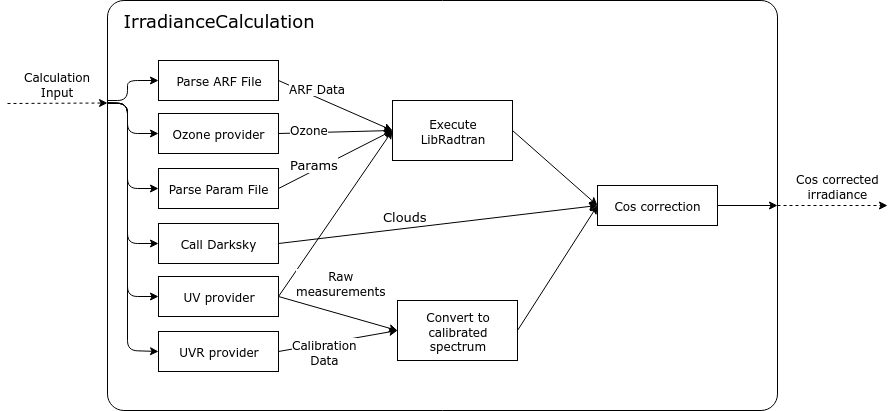
This is assets/technical_detail_2.png from pec0ra/buvic, a draw.io export, as it was before one commit. Source tidied: cells renumbered, new cells last; positions are measured from the earlier drawing's top-left corner, leaving out a move shared by most shapes.
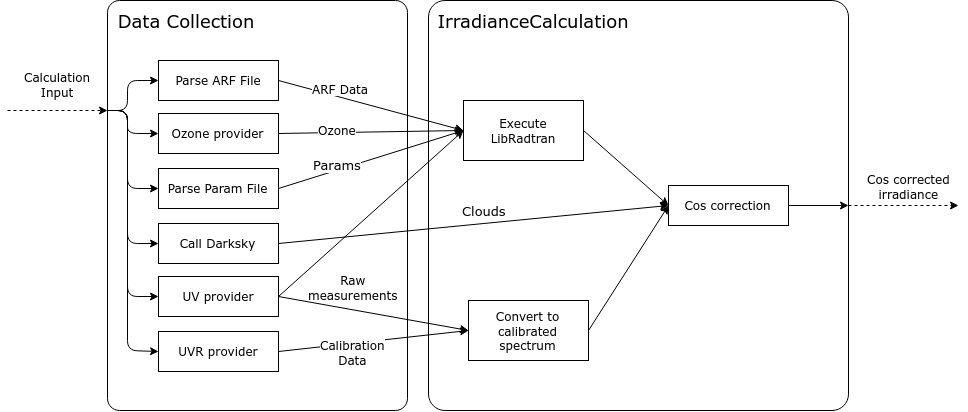
The same diagram one commit later.

Diff of the diagram source:
```diff
@@ -3,164 +3,176 @@
     <mxCell id="0" />
     <mxCell id="1" parent="0" />
     <mxCell id="2" style="rounded=1;whiteSpace=wrap;html=1;arcSize=4;fontFamily=Verdana;" parent="1" vertex="1">
-      <mxGeometry x="100" width="670" height="410" as="geometry" />
+      <mxGeometry x="100" width="300" height="410" as="geometry" />
     </mxCell>
-    <mxCell id="3" value="&lt;font style=&quot;font-size: 18px&quot;&gt;IrradianceCalculation&lt;/font&gt;" style="text;html=1;strokeColor=none;fillColor=none;align=center;verticalAlign=middle;whiteSpace=wrap;rounded=0;fontFamily=Verdana;" parent="1" vertex="1">
-      <mxGeometry x="116" y="10" width="190" height="20" as="geometry" />
+    <mxCell id="3" style="rounded=1;whiteSpace=wrap;html=1;arcSize=4;fontFamily=Verdana;" parent="1" vertex="1">
+      <mxGeometry x="421" width="420" height="410" as="geometry" />
     </mxCell>
-    <mxCell id="4" style="endArrow=classic;html=1;dashed=1;entryX=0;entryY=0.25;entryDx=0;entryDy=0;fontFamily=Verdana;" parent="1" edge="1" target="2">
-      <mxGeometry relative="1" as="geometry">
-        <mxPoint y="103" as="sourcePoint" />
-      </mxGeometry>
+    <mxCell id="4" value="&lt;font style=&quot;font-size: 18px;&quot;&gt;IrradianceCalculation&lt;/font&gt;" style="text;html=1;strokeColor=none;fillColor=none;align=center;verticalAlign=middle;whiteSpace=wrap;rounded=0;fontFamily=Verdana;fontSize=18;" parent="1" vertex="1">
+      <mxGeometry x="430" y="10" width="190" height="20" as="geometry" />
     </mxCell>
-    <mxCell id="5" value="&lt;div&gt;Calculation&lt;/div&gt;&lt;div&gt;Input&lt;br&gt;&lt;/div&gt;" style="text;html=1;align=center;verticalAlign=middle;fontFamily=Verdana;" parent="1" vertex="1">
-      <mxGeometry x="10" y="68" width="80" height="30" as="geometry" />
+    <mxCell id="5" style="endArrow=classic;html=1;dashed=1;fontFamily=Verdana;" parent="1" edge="1">
+      <mxGeometry relative="1" as="geometry">
+        <mxPoint y="110" as="sourcePoint" />
+        <mxPoint x="100" y="110" as="targetPoint" />
+      </mxGeometry>
     </mxCell>
-    <mxCell id="6" value="Parse ARF File" style="rounded=0;whiteSpace=wrap;html=1;fontFamily=Verdana;" parent="1" vertex="1">
-      <mxGeometry x="151" y="60" width="120" height="40" as="geometry" />
+    <mxCell id="6" value="&lt;div&gt;Calculation&lt;/div&gt;&lt;div&gt;Input&lt;br&gt;&lt;/div&gt;" style="text;html=1;align=center;verticalAlign=middle;points=[];fontFamily=Verdana;" parent="1" vertex="1">
+      <mxGeometry x="10" y="68" width="80" height="30" as="geometry" />
     </mxCell>
-    <mxCell id="7" value="Ozone provider" style="rounded=0;whiteSpace=wrap;html=1;fontFamily=Verdana;" parent="1" vertex="1">
-      <mxGeometry x="151" y="113" width="120" height="40" as="geometry" />
+    <mxCell id="7" value="Parse ARF File" style="rounded=0;whiteSpace=wrap;html=1;fontFamily=Verdana;" parent="1" vertex="1">
+      <mxGeometry x="151" y="60" width="120" height="40" as="geometry" />
     </mxCell>
-    <mxCell id="8" style="endArrow=classic;html=1;entryX=0;entryY=0.5;entryDx=0;entryDy=0;fontFamily=Verdana;exitX=0;exitY=0.25;exitDx=0;exitDy=0;" parent="1" edge="1" source="2" target="7">
-      <mxGeometry relative="1" as="geometry">
-        <Array as="points">
-          <mxPoint x="120" y="103" />
-          <mxPoint x="120" y="133" />
-        </Array>
-      </mxGeometry>
+    <mxCell id="8" value="Ozone provider" style="rounded=0;whiteSpace=wrap;html=1;fontFamily=Verdana;" parent="1" vertex="1">
+      <mxGeometry x="151" y="113" width="120" height="40" as="geometry" />
     </mxCell>
-    <mxCell id="9" style="endArrow=classic;html=1;entryX=0;entryY=0.5;entryDx=0;entryDy=0;fontFamily=Verdana;exitX=0;exitY=0.25;exitDx=0;exitDy=0;" parent="1" edge="1" source="2" target="10">
+    <mxCell id="9" style="endArrow=classic;html=1;entryX=0;entryY=0.5;entryDx=0;entryDy=0;fontFamily=Verdana;" parent="1" edge="1" target="8">
       <mxGeometry relative="1" as="geometry">
+        <mxPoint x="100" y="110" as="sourcePoint" />
         <Array as="points">
-          <mxPoint x="120" y="103" />
-          <mxPoint x="120" y="296" />
+          <mxPoint x="120" y="110" />
+          <mxPoint x="120" y="133" />
         </Array>
       </mxGeometry>
     </mxCell>
-    <mxCell id="10" value="UV provider" style="rounded=0;whiteSpace=wrap;html=1;fontFamily=Verdana;" parent="1" vertex="1">
-      <mxGeometry x="151" y="276" width="120" height="40" as="geometry" />
+    <mxCell id="10" style="endArrow=classic;html=1;entryX=0;entryY=0.5;entryDx=0;entryDy=0;fontFamily=Verdana;" parent="1" edge="1" target="11">
+      <mxGeometry relative="1" as="geometry">
+        <mxPoint x="100" y="110" as="sourcePoint" />
+        <Array as="points">
+          <mxPoint x="120" y="110" />
+          <mxPoint x="120" y="296" />
+        </Array>
+      </mxGeometry>
     </mxCell>
-    <mxCell id="11" value="UVR provider" style="rounded=0;whiteSpace=wrap;html=1;fontFamily=Verdana;" parent="1" vertex="1">
-      <mxGeometry x="151" y="331" width="120" height="40" as="geometry" />
+    <mxCell id="11" value="UV provider" style="rounded=0;whiteSpace=wrap;html=1;fontFamily=Verdana;" parent="1" vertex="1">
+      <mxGeometry x="151" y="276" width="120" height="40" as="geometry" />
     </mxCell>
-    <mxCell id="12" style="endArrow=classic;html=1;entryX=0;entryY=0.5;entryDx=0;entryDy=0;fontFamily=Verdana;exitX=0;exitY=0.25;exitDx=0;exitDy=0;" parent="1" edge="1" source="2" target="11">
-      <mxGeometry relative="1" as="geometry">
-        <Array as="points">
-          <mxPoint x="120" y="103" />
-          <mxPoint x="120" y="350" />
-        </Array>
-      </mxGeometry>
+    <mxCell id="12" value="UVR provider" style="rounded=0;whiteSpace=wrap;html=1;fontFamily=Verdana;" parent="1" vertex="1">
+      <mxGeometry x="151" y="331" width="120" height="40" as="geometry" />
     </mxCell>
-    <mxCell id="13" value="&lt;div&gt;Execute&lt;/div&gt;&lt;div&gt; LibRadtran&lt;/div&gt;" style="rounded=0;whiteSpace=wrap;html=1;fontFamily=Verdana;" parent="1" vertex="1">
-      <mxGeometry x="385" y="100" width="120" height="60" as="geometry" />
+    <mxCell id="13" style="endArrow=classic;html=1;entryX=0;entryY=0.5;entryDx=0;entryDy=0;fontFamily=Verdana;" parent="1" edge="1" target="12">
+      <mxGeometry relative="1" as="geometry">
+        <mxPoint x="100" y="110" as="sourcePoint" />
+        <Array as="points">
+          <mxPoint x="120" y="110" />
+          <mxPoint x="120" y="350" />
+        </Array>
+      </mxGeometry>
     </mxCell>
-    <mxCell id="14" style="endArrow=classic;html=1;exitX=1;exitY=0.5;exitDx=0;exitDy=0;entryX=0;entryY=0.5;entryDx=0;entryDy=0;fontFamily=Verdana;" parent="1" edge="1" source="6" target="13">
-      <mxGeometry relative="1" as="geometry" />
+    <mxCell id="14" value="&lt;div&gt;Execute&lt;/div&gt;&lt;div&gt; LibRadtran&lt;/div&gt;" style="rounded=0;whiteSpace=wrap;html=1;fontFamily=Verdana;" parent="1" vertex="1">
+      <mxGeometry x="456" y="100" width="120" height="60" as="geometry" />
     </mxCell>
-    <mxCell id="15" value="ARF Data" style="text;html=1;align=center;verticalAlign=middle;labelBackgroundColor=#ffffff;fontFamily=Verdana;" parent="14" vertex="1">
-      <mxGeometry x="-0.37" relative="1" as="geometry">
-        <mxPoint x="3" y="-8" as="offset" />
-      </mxGeometry>
+    <mxCell id="15" style="endArrow=classic;html=1;exitX=1;exitY=0.5;exitDx=0;exitDy=0;entryX=0;entryY=0.5;entryDx=0;entryDy=0;fontFamily=Verdana;" parent="1" edge="1" source="7" target="14">
+      <mxGeometry relative="1" as="geometry" />
     </mxCell>
-    <mxCell id="16" style="endArrow=classic;html=1;exitX=1;exitY=0.5;exitDx=0;exitDy=0;entryX=0;entryY=0.5;entryDx=0;entryDy=0;fontFamily=Verdana;" parent="1" edge="1" source="7" target="13">
-      <mxGeometry relative="1" as="geometry" />
+    <mxCell id="16" value="ARF Data" style="text;html=1;align=center;verticalAlign=middle;labelBackgroundColor=#ffffff;fontFamily=Verdana;" parent="15" vertex="1">
+      <mxGeometry x="-0.37" relative="1" as="geometry">
+        <mxPoint x="3" y="-8" as="offset" />
+      </mxGeometry>
     </mxCell>
-    <mxCell id="17" value="&lt;div&gt;Ozone&lt;/div&gt;" style="text;html=1;align=center;verticalAlign=middle;labelBackgroundColor=#ffffff;fontFamily=Verdana;" parent="16" vertex="1">
-      <mxGeometry x="-0.22" y="-3" relative="1" as="geometry">
-        <mxPoint x="-15" y="-6" as="offset" />
-      </mxGeometry>
+    <mxCell id="17" style="endArrow=classic;html=1;exitX=1;exitY=0.5;exitDx=0;exitDy=0;entryX=0;entryY=0.5;entryDx=0;entryDy=0;fontFamily=Verdana;" parent="1" edge="1" source="8" target="14">
+      <mxGeometry relative="1" as="geometry" />
     </mxCell>
-    <mxCell id="18" style="endArrow=classic;html=1;exitX=1;exitY=0.5;exitDx=0;exitDy=0;entryX=0;entryY=0.5;entryDx=0;entryDy=0;fontFamily=Verdana;" parent="1" edge="1" source="10" target="13">
-      <mxGeometry relative="1" as="geometry" />
+    <mxCell id="18" value="&lt;div&gt;Ozone&lt;/div&gt;" style="text;html=1;align=center;verticalAlign=middle;labelBackgroundColor=#ffffff;fontFamily=Verdana;" parent="17" vertex="1">
+      <mxGeometry x="-0.22" y="-3" relative="1" as="geometry">
+        <mxPoint x="-15" y="-6" as="offset" />
+      </mxGeometry>
     </mxCell>
-    <mxCell id="19" value="&lt;div&gt;Raw&lt;/div&gt;&lt;div&gt;measurements&lt;br&gt;&lt;/div&gt;" style="text;html=1;align=center;verticalAlign=middle;labelBackgroundColor=#ffffff;fontFamily=Verdana;" parent="18" vertex="1">
-      <mxGeometry x="-0.21" y="-1" relative="1" as="geometry">
-        <mxPoint x="17" y="51" as="offset" />
-      </mxGeometry>
+    <mxCell id="19" style="endArrow=classic;html=1;exitX=1;exitY=0.5;exitDx=0;exitDy=0;entryX=0;entryY=0.5;entryDx=0;entryDy=0;fontFamily=Verdana;" parent="1" edge="1" source="11" target="14">
+      <mxGeometry relative="1" as="geometry" />
     </mxCell>
-    <mxCell id="20" value="Cos correction" style="rounded=0;whiteSpace=wrap;html=1;fontFamily=Verdana;" parent="1" vertex="1">
-      <mxGeometry x="590" y="185" width="120" height="40" as="geometry" />
+    <mxCell id="20" value="&lt;div&gt;Raw&lt;/div&gt;&lt;div&gt;measurements&lt;br&gt;&lt;/div&gt;" style="text;html=1;align=center;verticalAlign=middle;points=[];labelBackgroundColor=#ffffff;fontFamily=Verdana;" parent="19" vertex="1">
+      <mxGeometry x="-0.21" y="-1" relative="1" as="geometry">
+        <mxPoint x="1" y="54" as="offset" />
+      </mxGeometry>
     </mxCell>
-    <mxCell id="21" style="endArrow=classic;html=1;exitX=1;exitY=0.5;exitDx=0;exitDy=0;entryX=0;entryY=0.5;entryDx=0;entryDy=0;fontFamily=Verdana;" parent="1" edge="1" source="11" target="27">
-      <mxGeometry relative="1" as="geometry" />
+    <mxCell id="21" value="Cos correction" style="rounded=0;whiteSpace=wrap;html=1;fontFamily=Verdana;" parent="1" vertex="1">
+      <mxGeometry x="661" y="185" width="120" height="40" as="geometry" />
     </mxCell>
-    <mxCell id="22" value="&lt;div&gt;Calibration&lt;/div&gt;&lt;div&gt;Data&lt;br&gt;&lt;/div&gt;" style="text;html=1;align=center;verticalAlign=middle;labelBackgroundColor=#ffffff;fontFamily=Verdana;" parent="21" vertex="1">
-      <mxGeometry x="-0.22" y="2" relative="1" as="geometry">
-        <mxPoint y="10" as="offset" />
-      </mxGeometry>
+    <mxCell id="22" style="endArrow=classic;html=1;exitX=1;exitY=0.5;exitDx=0;exitDy=0;entryX=0;entryY=0.5;entryDx=0;entryDy=0;fontFamily=Verdana;" parent="1" edge="1" source="12" target="28">
+      <mxGeometry relative="1" as="geometry" />
     </mxCell>
-    <mxCell id="23" style="endArrow=classic;html=1;exitX=1;exitY=0.5;exitDx=0;exitDy=0;entryX=0;entryY=0.5;entryDx=0;entryDy=0;fontFamily=Verdana;" parent="1" edge="1" source="13" target="20">
-      <mxGeometry relative="1" as="geometry" />
+    <mxCell id="23" value="&lt;div&gt;Calibration&lt;/div&gt;&lt;div&gt;Data&lt;br&gt;&lt;/div&gt;" style="text;html=1;align=center;verticalAlign=middle;labelBackgroundColor=#ffffff;fontFamily=Verdana;" parent="22" vertex="1">
+      <mxGeometry x="-0.22" y="2" relative="1" as="geometry">
+        <mxPoint y="10" as="offset" />
+      </mxGeometry>
     </mxCell>
-    <mxCell id="24" style="endArrow=classic;html=1;exitX=1;exitY=0.5;exitDx=0;exitDy=0;entryX=1;entryY=0.5;entryDx=0;entryDy=0;fontFamily=Verdana;" parent="1" edge="1" source="20" target="2">
+    <mxCell id="24" style="endArrow=classic;html=1;exitX=1;exitY=0.5;exitDx=0;exitDy=0;entryX=0;entryY=0.5;entryDx=0;entryDy=0;fontFamily=Verdana;" parent="1" edge="1" source="14" target="21">
       <mxGeometry relative="1" as="geometry" />
     </mxCell>
-    <mxCell id="25" style="endArrow=classic;html=1;dashed=1;fontFamily=Verdana;exitX=1;exitY=0.5;exitDx=0;exitDy=0;" parent="1" edge="1" source="2">
-      <mxGeometry relative="1" as="geometry">
-        <mxPoint x="880" y="205" as="targetPoint" />
-      </mxGeometry>
+    <mxCell id="25" style="endArrow=classic;html=1;exitX=1;exitY=0.5;exitDx=0;exitDy=0;entryX=1;entryY=0.5;entryDx=0;entryDy=0;fontFamily=Verdana;" parent="1" edge="1" source="21" target="3">
+      <mxGeometry relative="1" as="geometry" />
     </mxCell>
-    <mxCell id="26" value="&lt;div&gt;Cos corrected&lt;/div&gt;&lt;div&gt;irradiance&lt;br&gt;&lt;/div&gt;" style="text;html=1;align=center;verticalAlign=middle;labelBackgroundColor=#ffffff;fontFamily=Verdana;" parent="25" vertex="1">
-      <mxGeometry x="-0.42" relative="1" as="geometry">
-        <mxPoint x="28" y="-20" as="offset" />
+    <mxCell id="26" style="endArrow=classic;html=1;dashed=1;fontFamily=Verdana;exitX=1;exitY=0.5;exitDx=0;exitDy=0;" parent="1" edge="1" source="3">
+      <mxGeometry relative="1" as="geometry">
+        <mxPoint x="951" y="205" as="targetPoint" />
       </mxGeometry>
     </mxCell>
-    <mxCell id="27" value="&lt;div&gt;Convert to&lt;/div&gt;&lt;div&gt;calibrated spectrum&lt;br&gt;&lt;/div&gt;" style="rounded=0;whiteSpace=wrap;html=1;fontFamily=Verdana;" parent="1" vertex="1">
-      <mxGeometry x="390" y="300" width="120" height="60" as="geometry" />
+    <mxCell id="27" value="&lt;div&gt;Cos corrected&lt;/div&gt;&lt;div&gt;irradiance&lt;br&gt;&lt;/div&gt;" style="text;html=1;align=center;verticalAlign=middle;points=[];labelBackgroundColor=#ffffff;fontFamily=Verdana;" parent="26" vertex="1">
+      <mxGeometry x="-0.42" relative="1" as="geometry">
+        <mxPoint x="28" y="-20" as="offset" />
+      </mxGeometry>
     </mxCell>
-    <mxCell id="28" style="endArrow=classic;html=1;exitX=1;exitY=0.5;exitDx=0;exitDy=0;entryX=0;entryY=0.5;entryDx=0;entryDy=0;fontFamily=Verdana;" parent="1" edge="1" source="10" target="27">
-      <mxGeometry relative="1" as="geometry" />
+    <mxCell id="28" value="&lt;div&gt;Convert to&lt;/div&gt;&lt;div&gt;calibrated spectrum&lt;br&gt;&lt;/div&gt;" style="rounded=0;whiteSpace=wrap;html=1;fontFamily=Verdana;" parent="1" vertex="1">
+      <mxGeometry x="461" y="300" width="120" height="60" as="geometry" />
     </mxCell>
-    <mxCell id="29" style="endArrow=classic;html=1;exitX=1;exitY=0.5;exitDx=0;exitDy=0;entryX=0;entryY=0.5;entryDx=0;entryDy=0;fontFamily=Verdana;" parent="1" edge="1" source="27" target="20">
+    <mxCell id="29" style="endArrow=classic;html=1;exitX=1;exitY=0.5;exitDx=0;exitDy=0;entryX=0;entryY=0.5;entryDx=0;entryDy=0;fontFamily=Verdana;" parent="1" edge="1" source="11" target="28">
       <mxGeometry relative="1" as="geometry" />
     </mxCell>
-    <mxCell id="30" value="Parse Param File" style="rounded=0;whiteSpace=wrap;html=1;fontFamily=Verdana;" parent="1" vertex="1">
-      <mxGeometry x="151" y="168" width="120" height="40" as="geometry" />
+    <mxCell id="30" style="endArrow=classic;html=1;exitX=1;exitY=0.5;exitDx=0;exitDy=0;entryX=0;entryY=0.5;entryDx=0;entryDy=0;fontFamily=Verdana;" parent="1" edge="1" source="28" target="21">
+      <mxGeometry relative="1" as="geometry" />
     </mxCell>
-    <mxCell id="31" value="Call Darksky" style="rounded=0;whiteSpace=wrap;html=1;fontFamily=Verdana;" parent="1" vertex="1">
-      <mxGeometry x="151" y="223" width="120" height="40" as="geometry" />
+    <mxCell id="31" value="Parse Param File" style="rounded=0;whiteSpace=wrap;html=1;fontFamily=Verdana;" parent="1" vertex="1">
+      <mxGeometry x="151" y="168" width="120" height="40" as="geometry" />
     </mxCell>
-    <mxCell id="32" style="endArrow=classic;html=1;entryX=0;entryY=0.5;entryDx=0;entryDy=0;fontFamily=Verdana;exitX=0;exitY=0.25;exitDx=0;exitDy=0;" parent="1" edge="1" source="2" target="30">
-      <mxGeometry relative="1" as="geometry">
-        <Array as="points">
-          <mxPoint x="120" y="103" />
-          <mxPoint x="120" y="188" />
-        </Array>
-      </mxGeometry>
+    <mxCell id="32" value="Call Darksky" style="rounded=0;whiteSpace=wrap;html=1;fontFamily=Verdana;" parent="1" vertex="1">
+      <mxGeometry x="151" y="223" width="120" height="40" as="geometry" />
     </mxCell>
-    <mxCell id="33" style="endArrow=classic;html=1;entryX=0;entryY=0.5;entryDx=0;entryDy=0;fontFamily=Verdana;exitX=0;exitY=0.25;exitDx=0;exitDy=0;" parent="1" edge="1" source="2" target="31">
+    <mxCell id="33" style="endArrow=classic;html=1;entryX=0;entryY=0.5;entryDx=0;entryDy=0;fontFamily=Verdana;" parent="1" edge="1" target="31">
       <mxGeometry relative="1" as="geometry">
+        <mxPoint x="100" y="110" as="sourcePoint" />
         <Array as="points">
-          <mxPoint x="120" y="103" />
-          <mxPoint x="120" y="243" />
+          <mxPoint x="120" y="110" />
+          <mxPoint x="120" y="188" />
         </Array>
       </mxGeometry>
     </mxCell>
-    <mxCell id="34" style="endArrow=classic;html=1;fontFamily=Verdana;fontSize=13;fontColor=#000000;exitX=1;exitY=0.5;exitDx=0;exitDy=0;entryX=0;entryY=0.5;entryDx=0;entryDy=0;" parent="1" edge="1" source="30" target="13">
-      <mxGeometry relative="1" as="geometry" />
+    <mxCell id="34" style="endArrow=classic;html=1;entryX=0;entryY=0.5;entryDx=0;entryDy=0;fontFamily=Verdana;" parent="1" edge="1" target="32">
+      <mxGeometry relative="1" as="geometry">
+        <mxPoint x="100" y="110" as="sourcePoint" />
+        <Array as="points">
+          <mxPoint x="120" y="110" />
+          <mxPoint x="120" y="243" />
+        </Array>
+      </mxGeometry>
     </mxCell>
-    <mxCell id="35" value="Params" style="text;html=1;align=center;verticalAlign=middle;labelBackgroundColor=#ffffff;fontSize=13;fontFamily=Verdana;fontColor=#000000;" parent="34" vertex="1">
-      <mxGeometry x="-0.39" y="2" relative="1" as="geometry">
-        <mxPoint x="2" y="-5" as="offset" />
-      </mxGeometry>
+    <mxCell id="35" style="endArrow=classic;html=1;fontFamily=Verdana;fontSize=13;fontColor=#000000;exitX=1;exitY=0.5;exitDx=0;exitDy=0;entryX=0;entryY=0.5;entryDx=0;entryDy=0;" parent="1" edge="1" source="31" target="14">
+      <mxGeometry relative="1" as="geometry" />
     </mxCell>
-    <mxCell id="36" style="endArrow=classic;html=1;fontFamily=Verdana;fontSize=13;fontColor=#000000;exitX=1;exitY=0.5;exitDx=0;exitDy=0;entryX=0;entryY=0.5;entryDx=0;entryDy=0;" parent="1" edge="1" source="31" target="20">
-      <mxGeometry relative="1" as="geometry" />
+    <mxCell id="36" value="Params" style="text;html=1;align=center;verticalAlign=middle;labelBackgroundColor=#ffffff;fontSize=13;fontFamily=Verdana;fontColor=#000000;" parent="35" vertex="1">
+      <mxGeometry x="-0.39" y="2" relative="1" as="geometry">
+        <mxPoint x="2" y="-5" as="offset" />
+      </mxGeometry>
     </mxCell>
-    <mxCell id="37" value="Clouds" style="text;html=1;align=center;verticalAlign=middle;labelBackgroundColor=#ffffff;fontSize=13;fontFamily=Verdana;fontColor=#000000;" parent="36" vertex="1">
-      <mxGeometry x="-0.45" y="1" relative="1" as="geometry">
-        <mxPoint x="38" y="-16" as="offset" />
-      </mxGeometry>
+    <mxCell id="37" style="endArrow=classic;html=1;fontFamily=Verdana;fontSize=13;fontColor=#000000;exitX=1;exitY=0.5;exitDx=0;exitDy=0;entryX=0;entryY=0.5;entryDx=0;entryDy=0;" parent="1" edge="1" source="32" target="21">
+      <mxGeometry relative="1" as="geometry" />
     </mxCell>
-    <mxCell id="38" style="endArrow=classic;html=1;entryX=0;entryY=0.5;entryDx=0;entryDy=0;fontFamily=Verdana;" parent="1" edge="1" target="6">
-      <mxGeometry relative="1" as="geometry">
-        <mxPoint x="100" y="100" as="sourcePoint" />
-        <Array as="points">
-          <mxPoint x="120" y="100" />
-          <mxPoint x="120" y="80" />
-        </Array>
+    <mxCell id="38" value="Clouds" style="text;html=1;align=center;verticalAlign=middle;labelBackgroundColor=#ffffff;fontSize=13;fontFamily=Verdana;fontColor=#000000;" parent="37" vertex="1">
+      <mxGeometry x="-0.45" y="1" relative="1" as="geometry">
+        <mxPoint x="98" y="-22" as="offset" />
       </mxGeometry>
     </mxCell>
+    <mxCell id="39" style="endArrow=classic;html=1;entryX=0;entryY=0.5;entryDx=0;entryDy=0;fontFamily=Verdana;" parent="1" edge="1" target="7">
+      <mxGeometry relative="1" as="geometry">
+        <mxPoint x="100" y="110" as="sourcePoint" />
+        <Array as="points">
+          <mxPoint x="120" y="110" />
+          <mxPoint x="120" y="80" />
+        </Array>
+      </mxGeometry>
+    </mxCell>
+    <mxCell id="40" value="Data Collection" style="text;html=1;strokeColor=none;fillColor=none;align=center;verticalAlign=middle;whiteSpace=wrap;rounded=0;fontFamily=Verdana;fontSize=18;" parent="1" vertex="1">
+      <mxGeometry x="106" y="10" width="144" height="20" as="geometry" />
+    </mxCell>
   </root>
 </mxGraphModel>
```
